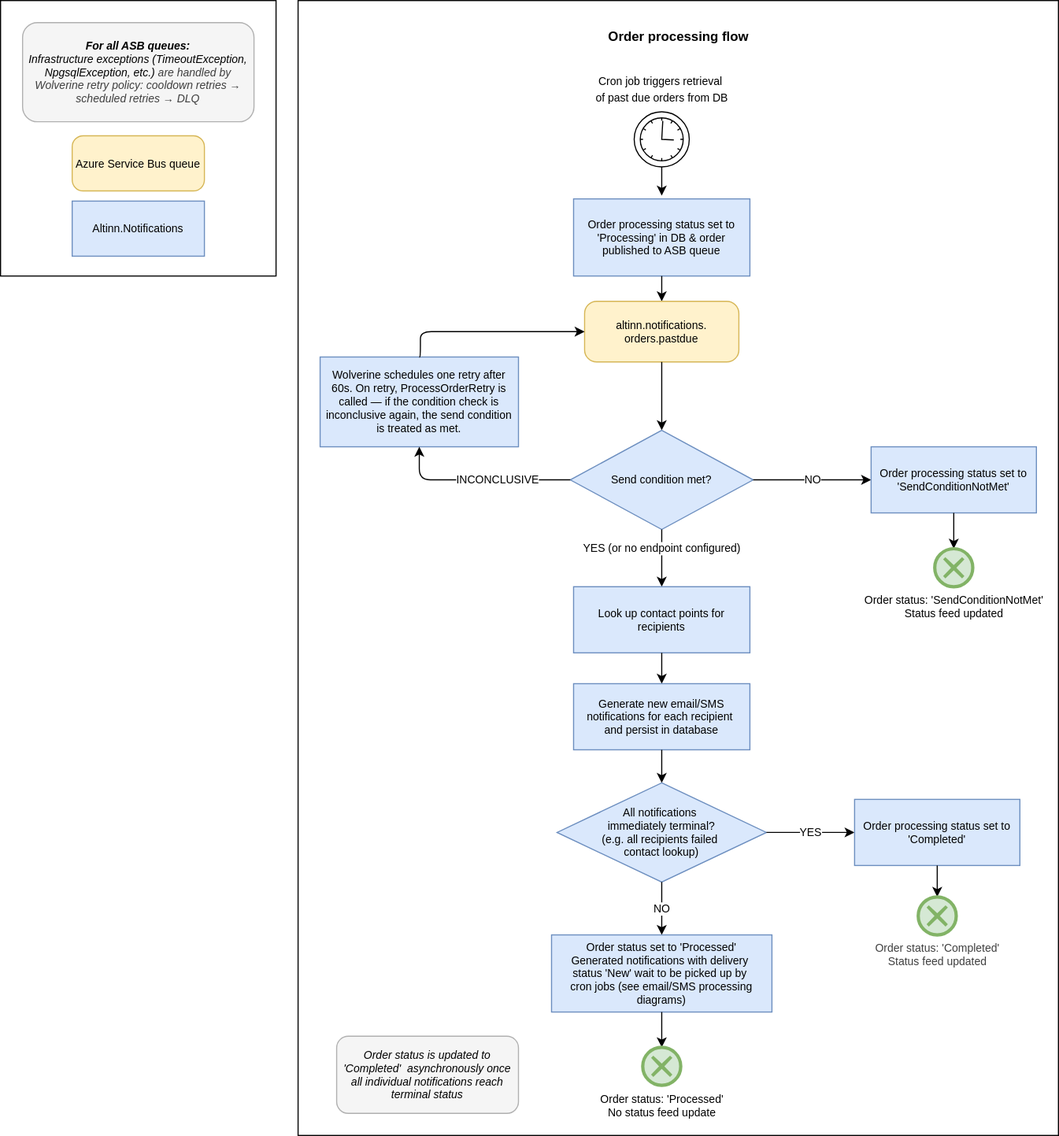
This is docs/architecture/flowchart-order-process.svg from Altinn/altinn-notifications, a draw.io export, as it was before one commit. Source tidied: cells renumbered, new cells last; positions are measured from the earlier drawing's top-left corner, leaving out a move shared by most shapes. Its diagram source:
```xml
<mxGraphModel>
  <root>
    <mxCell id="0" />
    <mxCell id="1" parent="0" />
    <mxCell id="2" style="rounded=0;whiteSpace=wrap;html=1;" parent="1" vertex="1">
      <mxGeometry x="270" width="690" height="1030" as="geometry" />
    </mxCell>
    <mxCell id="3" value="&lt;font&gt;Order processing status set to 'Processing' in DB &amp;amp; order published to ASB queue&lt;/font&gt;" style="rounded=0;whiteSpace=wrap;html=1;fillColor=#dae8fc;strokeColor=#6c8ebf;fontSize=10;" parent="1" vertex="1">
      <mxGeometry x="520" y="180" width="160" height="70" as="geometry" />
    </mxCell>
    <mxCell id="4" style="edgeStyle=orthogonalEdgeStyle;html=1;" parent="1" edge="1" source="3" target="5">
      <mxGeometry relative="1" as="geometry" />
    </mxCell>
    <mxCell id="5" value="&lt;font&gt;altinn.notifications.&lt;br&gt;orders.pastdue&lt;/font&gt;" style="rounded=1;whiteSpace=wrap;html=1;fillColor=#fff2cc;strokeColor=#d6b656;arcSize=20;fontSize=10;" parent="1" vertex="1">
      <mxGeometry x="530" y="273" width="140" height="55" as="geometry" />
    </mxCell>
    <mxCell id="6" style="edgeStyle=orthogonalEdgeStyle;html=1;" parent="1" edge="1" source="5" target="7">
      <mxGeometry relative="1" as="geometry" />
    </mxCell>
    <mxCell id="7" value="&lt;font&gt;Send condition met?&lt;br&gt;&lt;/font&gt;" style="rhombus;whiteSpace=wrap;html=1;fontSize=10;fillColor=#dae8fc;strokeColor=#6c8ebf;" parent="1" vertex="1">
      <mxGeometry x="517" y="390" width="166" height="90" as="geometry" />
    </mxCell>
    <mxCell id="8" value="NO" style="edgeStyle=orthogonalEdgeStyle;html=1;exitX=1;exitY=0.5;exitDx=0;exitDy=0;entryX=0;entryY=0.5;entryDx=0;entryDy=0;fontSize=10;" parent="1" edge="1" source="7" target="9">
      <mxGeometry relative="1" as="geometry" />
    </mxCell>
    <mxCell id="9" value="&lt;font&gt;Order processing status set to 'SendConditionNotMet'&lt;/font&gt;" style="rounded=0;whiteSpace=wrap;html=1;fillColor=#dae8fc;strokeColor=#6c8ebf;fontSize=10;" parent="1" vertex="1">
      <mxGeometry x="790" y="405" width="150" height="60" as="geometry" />
    </mxCell>
    <mxCell id="10" value="YES (or no endpoint configured)" style="edgeStyle=orthogonalEdgeStyle;html=1;exitX=0.5;exitY=1;exitDx=0;exitDy=0;entryX=0.5;entryY=0;entryDx=0;entryDy=0;fontSize=10;align=center;" parent="1" edge="1" source="7" target="11">
      <mxGeometry x="-0.35" relative="1" as="geometry" />
    </mxCell>
    <mxCell id="11" value="&lt;font&gt;Look up contact points for recipients&lt;/font&gt;" style="rounded=0;whiteSpace=wrap;html=1;fillColor=#dae8fc;strokeColor=#6c8ebf;fontSize=10;" parent="1" vertex="1">
      <mxGeometry x="520" y="532" width="160" height="60" as="geometry" />
    </mxCell>
    <mxCell id="12" style="edgeStyle=orthogonalEdgeStyle;html=1;" parent="1" edge="1" source="11" target="13">
      <mxGeometry relative="1" as="geometry" />
    </mxCell>
    <mxCell id="13" value="&lt;span&gt;Generate new email/SMS notifications for each recipient&amp;nbsp;&lt;/span&gt;&lt;div&gt;&lt;span&gt;and persist in database&lt;br&gt;&lt;/span&gt;&lt;/div&gt;" style="rounded=0;whiteSpace=wrap;html=1;fillColor=#dae8fc;strokeColor=#6c8ebf;fontSize=10;" parent="1" vertex="1">
      <mxGeometry x="520" y="620" width="160" height="60" as="geometry" />
    </mxCell>
    <mxCell id="14" style="edgeStyle=orthogonalEdgeStyle;html=1;" parent="1" edge="1" source="13" target="15">
      <mxGeometry relative="1" as="geometry" />
    </mxCell>
    <mxCell id="15" value="&lt;font&gt;All notifications&amp;nbsp;&lt;/font&gt;&lt;div&gt;&lt;font&gt;immediately terminal?&lt;br&gt;(e.g. all recipients failed&amp;nbsp;&lt;/font&gt;&lt;div&gt;&lt;font&gt;contact lookup)&lt;/font&gt;&lt;/div&gt;&lt;/div&gt;" style="rhombus;whiteSpace=wrap;html=1;fontSize=10;fillColor=#dae8fc;strokeColor=#6c8ebf;" parent="1" vertex="1">
      <mxGeometry x="505" y="710" width="190" height="90" as="geometry" />
    </mxCell>
    <mxCell id="16" value="YES" style="edgeStyle=orthogonalEdgeStyle;html=1;exitX=1;exitY=0.5;exitDx=0;exitDy=0;entryX=0;entryY=0.5;entryDx=0;entryDy=0;fontSize=10;" parent="1" edge="1" source="15" target="17">
      <mxGeometry relative="1" as="geometry" />
    </mxCell>
    <mxCell id="17" value="&lt;font&gt;Order processing status set to 'Completed'&lt;/font&gt;" style="rounded=0;whiteSpace=wrap;html=1;fillColor=#dae8fc;strokeColor=#6c8ebf;fontSize=10;" parent="1" vertex="1">
      <mxGeometry x="775" y="725" width="150" height="60" as="geometry" />
    </mxCell>
    <mxCell id="18" value="NO" style="edgeStyle=orthogonalEdgeStyle;html=1;exitX=0.5;exitY=1;exitDx=0;exitDy=0;entryX=0.5;entryY=0;entryDx=0;entryDy=0;fontSize=10;" parent="1" edge="1" source="15" target="19">
      <mxGeometry relative="1" as="geometry" />
    </mxCell>
    <mxCell id="19" value="&lt;font&gt;Order status set to 'Processed'&lt;/font&gt;&lt;div&gt;&lt;font&gt;Generated notifications with delivery&amp;nbsp;&lt;/font&gt;&lt;/div&gt;&lt;div&gt;&lt;font&gt;status 'New' wait to be picked up by&amp;nbsp;&lt;/font&gt;&lt;/div&gt;&lt;div&gt;&lt;font&gt;cron jobs (see email/SMS processing diagrams)&lt;/font&gt;&lt;/div&gt;" style="rounded=0;whiteSpace=wrap;html=1;fillColor=#dae8fc;strokeColor=#6c8ebf;fontSize=10;" parent="1" vertex="1">
      <mxGeometry x="500" y="848" width="200" height="70" as="geometry" />
    </mxCell>
    <mxCell id="20" style="edgeStyle=orthogonalEdgeStyle;rounded=0;jettySize=auto;html=1;entryX=0.5;entryY=0;entryDx=0;entryDy=0;" parent="1" edge="1" source="21">
      <mxGeometry relative="1" as="geometry">
        <mxPoint x="600" y="177" as="targetPoint" />
      </mxGeometry>
    </mxCell>
    <mxCell id="21" style="points=[[0.145,0.145,0],[0.5,0,0],[0.855,0.145,0],[1,0.5,0],[0.855,0.855,0],[0.5,1,0],[0.145,0.855,0],[0,0.5,0]];shape=mxgraph.bpmn.event;html=1;verticalLabelPosition=bottom;labelBackgroundColor=#ffffff;verticalAlign=top;align=center;perimeter=ellipsePerimeter;outlineConnect=0;outline=standard;symbol=timer;" parent="1" vertex="1">
      <mxGeometry x="575" y="101" width="50" height="50" as="geometry" />
    </mxCell>
    <mxCell id="22" value="&lt;font style=&quot;font-size: 10px;&quot;&gt;Cron job triggers retrieval&amp;nbsp;&lt;/font&gt;&lt;div&gt;&lt;font style=&quot;font-size: 10px;&quot;&gt;of past due orders from DB&lt;/font&gt;&lt;/div&gt;" style="text;html=1;align=center;verticalAlign=middle;strokeColor=none;fillColor=none;" parent="1" vertex="1">
      <mxGeometry x="530" y="60" width="140" height="40" as="geometry" />
    </mxCell>
    <mxCell id="23" style="edgeStyle=none;html=1;exitX=0.5;exitY=1;exitDx=0;exitDy=0;entryX=0.5;entryY=0;entryDx=0;entryDy=0;entryPerimeter=0;" parent="1" edge="1" source="19" target="31">
      <mxGeometry relative="1" as="geometry" />
    </mxCell>
    <mxCell id="24" style="edgeStyle=none;html=1;exitX=0.5;exitY=1;exitDx=0;exitDy=0;entryX=0.5;entryY=0;entryDx=0;entryDy=0;entryPerimeter=0;" parent="1" edge="1" source="17" target="30">
      <mxGeometry relative="1" as="geometry" />
    </mxCell>
    <mxCell id="25" value="&lt;font&gt;Wolverine schedules one retry after 60s. On retry, ProcessOrderRetry is called — if the condition check is inconclusive again, the send condition is treated as met.&lt;/font&gt;" style="rounded=0;whiteSpace=wrap;html=1;fillColor=#dae8fc;strokeColor=#6c8ebf;fontSize=10;" parent="1" vertex="1">
      <mxGeometry x="290" y="323.5" width="180" height="81.5" as="geometry" />
    </mxCell>
    <mxCell id="26" value="INCONCLUSIVE" style="edgeStyle=orthogonalEdgeStyle;html=1;exitX=0;exitY=0.5;exitDx=0;exitDy=0;entryX=0.5;entryY=1;entryDx=0;entryDy=0;fontSize=10;" parent="1" edge="1" source="7" target="25">
      <mxGeometry x="-0.21" relative="1" as="geometry" />
    </mxCell>
    <mxCell id="27" style="edgeStyle=none;html=1;exitX=0.5;exitY=1;exitDx=0;exitDy=0;entryX=0.5;entryY=0;entryDx=0;entryDy=0;entryPerimeter=0;" parent="1" edge="1" source="9" target="29">
      <mxGeometry relative="1" as="geometry" />
    </mxCell>
    <mxCell id="28" style="edgeStyle=orthogonalEdgeStyle;html=1;fontSize=10;exitX=0.5;exitY=0;exitDx=0;exitDy=0;entryX=0;entryY=0.5;entryDx=0;entryDy=0;" parent="1" edge="1" source="25" target="5">
      <mxGeometry relative="1" as="geometry">
        <Array as="points">
          <mxPoint x="381" y="300" />
        </Array>
      </mxGeometry>
    </mxCell>
    <mxCell id="29" value="&lt;font&gt;&lt;span style=&quot;color: rgb(0, 0, 0);&quot;&gt;Order status: 'SendConditionNotMet'&lt;/span&gt;&lt;br&gt;&lt;/font&gt;&lt;div&gt;&lt;font&gt;&lt;span style=&quot;color: rgb(0, 0, 0);&quot;&gt;&lt;span style=&quot;color: rgb(0, 0, 0);&quot;&gt;&lt;font&gt;Status feed updated&lt;/font&gt;&lt;/span&gt;&lt;br style=&quot;color: rgb(63, 63, 63); scrollbar-color: rgb(226, 226, 226) rgb(251, 251, 251);&quot;&gt;&lt;/span&gt;&lt;/font&gt;&lt;/div&gt;" style="points=[[0.145,0.145,0],[0.5,0,0],[0.855,0.145,0],[1,0.5,0],[0.855,0.855,0],[0.5,1,0],[0.145,0.855,0],[0,0.5,0]];shape=mxgraph.bpmn.event;html=1;verticalLabelPosition=bottom;labelBackgroundColor=#ffffff;verticalAlign=top;align=center;perimeter=ellipsePerimeter;outlineConnect=0;outline=end;symbol=cancel;fillColor=#d5e8d4;strokeColor=#82b366;fontSize=10;" parent="1" vertex="1">
      <mxGeometry x="847.8" y="497.5" width="34.5" height="34.5" as="geometry" />
    </mxCell>
    <mxCell id="30" value="&lt;div&gt;&lt;font&gt;&lt;span style=&quot;color: rgb(0, 0, 0);&quot;&gt;&lt;div style=&quot;color: rgb(63, 63, 63); scrollbar-color: rgb(226, 226, 226) rgb(251, 251, 251);&quot;&gt;&lt;span style=&quot;color: rgb(63, 63, 63); scrollbar-color: rgb(226, 226, 226) rgb(251, 251, 251); background-color: light-dark(rgb(255, 255, 255), rgb(18, 18, 18));&quot;&gt;Order status: 'Completed'&lt;/span&gt;&lt;/div&gt;&lt;div style=&quot;color: rgb(63, 63, 63); scrollbar-color: rgb(226, 226, 226) rgb(251, 251, 251);&quot;&gt;&lt;div style=&quot;scrollbar-color: rgb(226, 226, 226) rgb(251, 251, 251); color: rgb(63, 63, 63);&quot;&gt;&lt;font style=&quot;scrollbar-color: rgb(226, 226, 226) rgb(251, 251, 251); color: rgb(63, 63, 63);&quot;&gt;Status feed updated&lt;/font&gt;&lt;/div&gt;&lt;/div&gt;&lt;/span&gt;&lt;/font&gt;&lt;/div&gt;" style="points=[[0.145,0.145,0],[0.5,0,0],[0.855,0.145,0],[1,0.5,0],[0.855,0.855,0],[0.5,1,0],[0.145,0.855,0],[0,0.5,0]];shape=mxgraph.bpmn.event;html=1;verticalLabelPosition=bottom;labelBackgroundColor=#ffffff;verticalAlign=top;align=center;perimeter=ellipsePerimeter;outlineConnect=0;outline=end;symbol=cancel;fillColor=#d5e8d4;strokeColor=#82b366;fontSize=10;" parent="1" vertex="1">
      <mxGeometry x="832.8" y="813.5" width="34.5" height="34.5" as="geometry" />
    </mxCell>
    <mxCell id="31" value="&lt;font&gt;&lt;span style=&quot;color: rgb(0, 0, 0);&quot;&gt;&lt;div style=&quot;scrollbar-color: rgb(226, 226, 226) rgb(251, 251, 251); color: rgb(63, 63, 63);&quot;&gt;&lt;font style=&quot;scrollbar-color: rgb(226, 226, 226) rgb(251, 251, 251); color: rgb(63, 63, 63);&quot;&gt;&lt;span style=&quot;color: rgb(0, 0, 0); scrollbar-color: rgb(226, 226, 226) rgb(251, 251, 251);&quot;&gt;Order status: 'Processed'&lt;/span&gt;&lt;br style=&quot;scrollbar-color: rgb(226, 226, 226) rgb(251, 251, 251); color: rgb(63, 63, 63);&quot;&gt;&lt;font color=&quot;#000000&quot;&gt;No status feed update&lt;/font&gt;&lt;/font&gt;&lt;/div&gt;&lt;/span&gt;&lt;/font&gt;" style="points=[[0.145,0.145,0],[0.5,0,0],[0.855,0.145,0],[1,0.5,0],[0.855,0.855,0],[0.5,1,0],[0.145,0.855,0],[0,0.5,0]];shape=mxgraph.bpmn.event;html=1;verticalLabelPosition=bottom;labelBackgroundColor=#ffffff;verticalAlign=top;align=center;perimeter=ellipsePerimeter;outlineConnect=0;outline=end;symbol=cancel;fillColor=#d5e8d4;strokeColor=#82b366;fontSize=10;" parent="1" vertex="1">
      <mxGeometry x="582.8" y="950" width="34.5" height="34.5" as="geometry" />
    </mxCell>
    <mxCell id="32" style="rounded=0;whiteSpace=wrap;html=1;" parent="1" vertex="1">
      <mxGeometry width="250" height="250" as="geometry" />
    </mxCell>
    <mxCell id="33" value="&lt;div&gt;&lt;font&gt;&lt;b&gt;For all ASB queues:&lt;/b&gt;&lt;/font&gt;&lt;/div&gt;&lt;font&gt;Infrastructure exceptions (TimeoutException, NpgsqlException, etc.)&amp;nbsp;&lt;/font&gt;&lt;span style=&quot;color: rgb(63, 63, 63); background-color: transparent;&quot;&gt;are handled by Wolverine retry policy:&amp;nbsp;&lt;/span&gt;&lt;span style=&quot;color: rgb(63, 63, 63); background-color: transparent;&quot;&gt;cooldown retries → scheduled retries → DLQ&lt;/span&gt;" style="rounded=1;whiteSpace=wrap;html=1;fillColor=#f5f5f5;strokeColor=#b0b0b0;fontSize=10;fontStyle=2;" parent="1" vertex="1">
      <mxGeometry x="20" y="20" width="210" height="90" as="geometry" />
    </mxCell>
    <mxCell id="34" value="&lt;font&gt;Altinn.Notifications&lt;/font&gt;" style="rounded=0;whiteSpace=wrap;html=1;fillColor=#dae8fc;strokeColor=#6c8ebf;fontSize=10;" parent="1" vertex="1">
      <mxGeometry x="65" y="182" width="120" height="50" as="geometry" />
    </mxCell>
    <mxCell id="35" value="&lt;font&gt;Azure Service Bus queue&lt;/font&gt;" style="rounded=1;whiteSpace=wrap;html=1;fillColor=#fff2cc;strokeColor=#d6b656;arcSize=20;fontSize=10;" parent="1" vertex="1">
      <mxGeometry x="65" y="122.8" width="120" height="50" as="geometry" />
    </mxCell>
    <mxCell id="36" value="&lt;font style=&quot;font-size: 12px;&quot;&gt;Order processing flow&lt;/font&gt;" style="text;html=1;align=center;verticalAlign=middle;strokeColor=none;fillColor=none;fontSize=11;fontStyle=1;" parent="1" vertex="1">
      <mxGeometry x="515" y="20" width="200" height="25" as="geometry" />
    </mxCell>
    <mxCell id="37" value="&lt;font style=&quot;font-size: 10px;&quot;&gt;Order status is updated to 'Completed'&amp;nbsp; asynchronously&amp;nbsp;once all individual notifications reach terminal status&lt;/font&gt;" style="rounded=1;whiteSpace=wrap;html=1;fillColor=#f5f5f5;strokeColor=#b0b0b0;fontSize=9;fontStyle=2;" parent="1" vertex="1">
      <mxGeometry x="305" y="940" width="165" height="70" as="geometry" />
    </mxCell>
  </root>
</mxGraphModel>
```
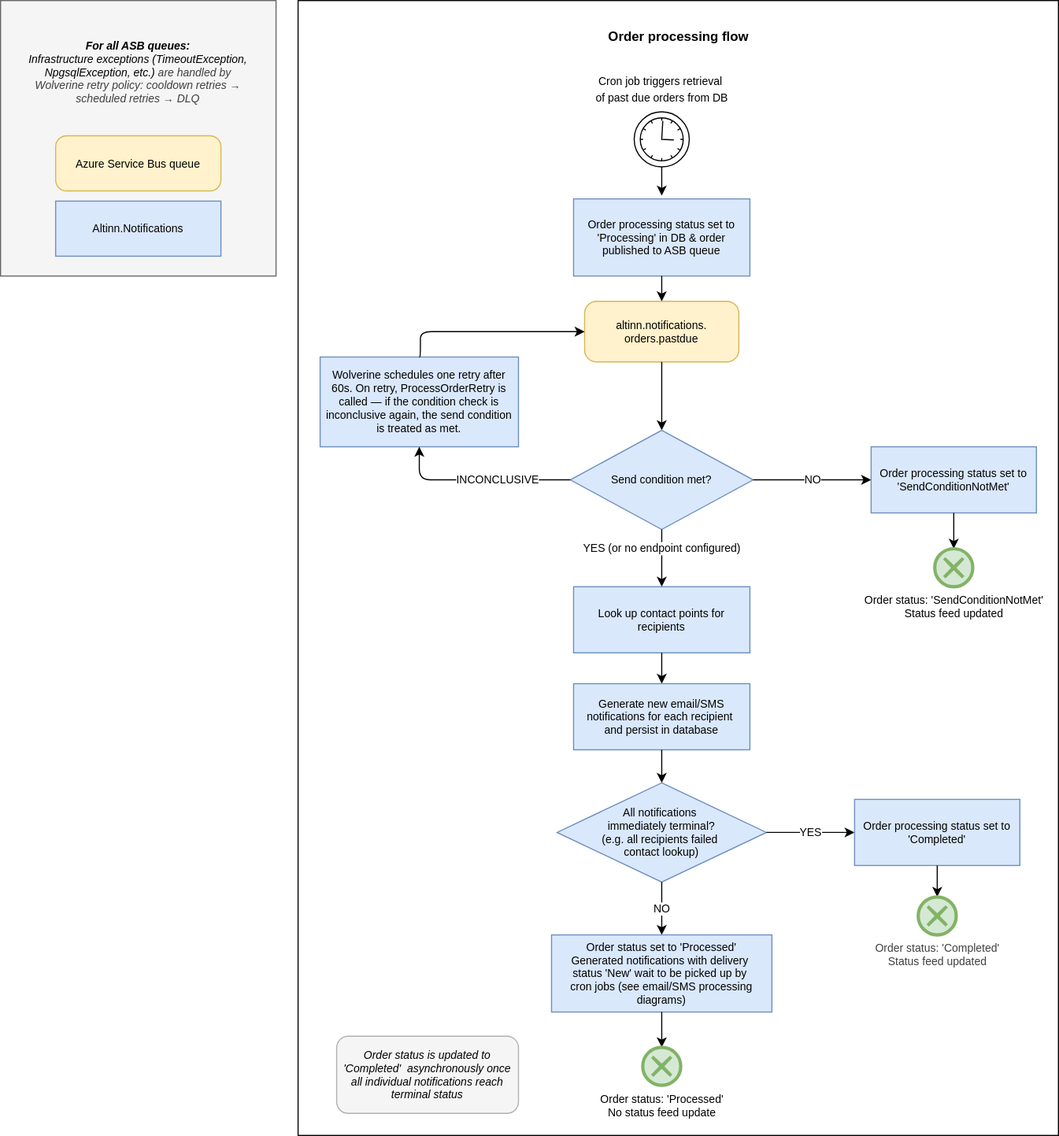
The same file after the commit.

Change to the diagram source:
```diff
@@ -98,17 +98,17 @@
     <mxCell id="31" value="&lt;font&gt;&lt;span style=&quot;color: rgb(0, 0, 0);&quot;&gt;&lt;div style=&quot;scrollbar-color: rgb(226, 226, 226) rgb(251, 251, 251); color: rgb(63, 63, 63);&quot;&gt;&lt;font style=&quot;scrollbar-color: rgb(226, 226, 226) rgb(251, 251, 251); color: rgb(63, 63, 63);&quot;&gt;&lt;span style=&quot;color: rgb(0, 0, 0); scrollbar-color: rgb(226, 226, 226) rgb(251, 251, 251);&quot;&gt;Order status: 'Processed'&lt;/span&gt;&lt;br style=&quot;scrollbar-color: rgb(226, 226, 226) rgb(251, 251, 251); color: rgb(63, 63, 63);&quot;&gt;&lt;font color=&quot;#000000&quot;&gt;No status feed update&lt;/font&gt;&lt;/font&gt;&lt;/div&gt;&lt;/span&gt;&lt;/font&gt;" style="points=[[0.145,0.145,0],[0.5,0,0],[0.855,0.145,0],[1,0.5,0],[0.855,0.855,0],[0.5,1,0],[0.145,0.855,0],[0,0.5,0]];shape=mxgraph.bpmn.event;html=1;verticalLabelPosition=bottom;labelBackgroundColor=#ffffff;verticalAlign=top;align=center;perimeter=ellipsePerimeter;outlineConnect=0;outline=end;symbol=cancel;fillColor=#d5e8d4;strokeColor=#82b366;fontSize=10;" parent="1" vertex="1">
       <mxGeometry x="582.8" y="950" width="34.5" height="34.5" as="geometry" />
     </mxCell>
-    <mxCell id="32" style="rounded=0;whiteSpace=wrap;html=1;" parent="1" vertex="1">
+    <mxCell id="32" style="rounded=0;whiteSpace=wrap;html=1;fillColor=#f5f5f5;fontColor=#333333;strokeColor=#666666;" parent="1" vertex="1">
       <mxGeometry width="250" height="250" as="geometry" />
     </mxCell>
-    <mxCell id="33" value="&lt;div&gt;&lt;font&gt;&lt;b&gt;For all ASB queues:&lt;/b&gt;&lt;/font&gt;&lt;/div&gt;&lt;font&gt;Infrastructure exceptions (TimeoutException, NpgsqlException, etc.)&amp;nbsp;&lt;/font&gt;&lt;span style=&quot;color: rgb(63, 63, 63); background-color: transparent;&quot;&gt;are handled by Wolverine retry policy:&amp;nbsp;&lt;/span&gt;&lt;span style=&quot;color: rgb(63, 63, 63); background-color: transparent;&quot;&gt;cooldown retries → scheduled retries → DLQ&lt;/span&gt;" style="rounded=1;whiteSpace=wrap;html=1;fillColor=#f5f5f5;strokeColor=#b0b0b0;fontSize=10;fontStyle=2;" parent="1" vertex="1">
+    <mxCell id="33" value="&lt;div&gt;&lt;font&gt;&lt;b&gt;For all ASB queues:&lt;/b&gt;&lt;/font&gt;&lt;/div&gt;&lt;font&gt;Infrastructure exceptions (TimeoutException, NpgsqlException, etc.)&amp;nbsp;&lt;/font&gt;&lt;span style=&quot;color: rgb(63, 63, 63); background-color: transparent;&quot;&gt;are handled by Wolverine retry policy:&amp;nbsp;&lt;/span&gt;&lt;span style=&quot;color: rgb(63, 63, 63); background-color: transparent;&quot;&gt;cooldown retries → scheduled retries → DLQ&lt;/span&gt;" style="rounded=1;whiteSpace=wrap;html=1;fillColor=#f5f5f5;strokeColor=none;fontSize=10;fontStyle=2;" parent="1" vertex="1">
       <mxGeometry x="20" y="20" width="210" height="90" as="geometry" />
     </mxCell>
     <mxCell id="34" value="&lt;font&gt;Altinn.Notifications&lt;/font&gt;" style="rounded=0;whiteSpace=wrap;html=1;fillColor=#dae8fc;strokeColor=#6c8ebf;fontSize=10;" parent="1" vertex="1">
-      <mxGeometry x="65" y="182" width="120" height="50" as="geometry" />
+      <mxGeometry x="50" y="182" width="150" height="50" as="geometry" />
     </mxCell>
     <mxCell id="35" value="&lt;font&gt;Azure Service Bus queue&lt;/font&gt;" style="rounded=1;whiteSpace=wrap;html=1;fillColor=#fff2cc;strokeColor=#d6b656;arcSize=20;fontSize=10;" parent="1" vertex="1">
-      <mxGeometry x="65" y="122.8" width="120" height="50" as="geometry" />
+      <mxGeometry x="50" y="122.8" width="150" height="50" as="geometry" />
     </mxCell>
     <mxCell id="36" value="&lt;font style=&quot;font-size: 12px;&quot;&gt;Order processing flow&lt;/font&gt;" style="text;html=1;align=center;verticalAlign=middle;strokeColor=none;fillColor=none;fontSize=11;fontStyle=1;" parent="1" vertex="1">
       <mxGeometry x="515" y="20" width="200" height="25" as="geometry" />
```
